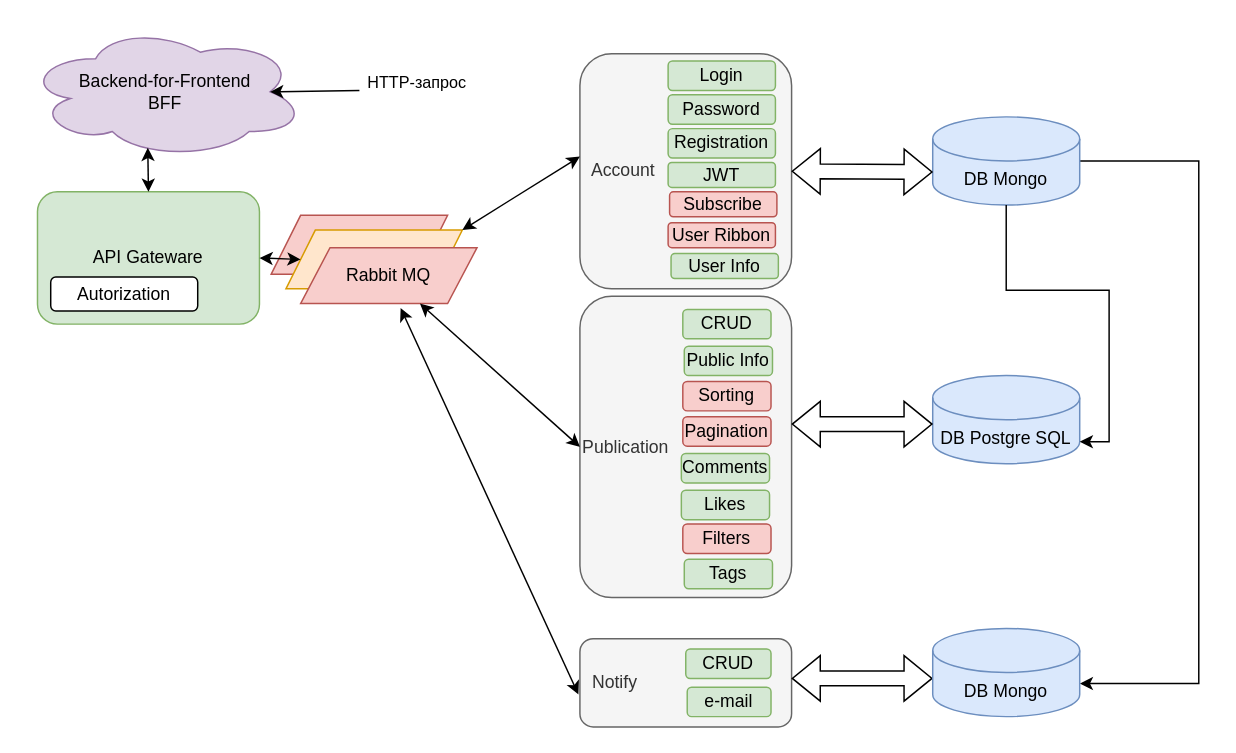
Above: specification.drawio in htmlacademy-nestjs/2270551-readme-5 (draw.io), before the change. Source tidied: cells renumbered, new cells numbered last; positions are measured from the earlier drawing's top-left corner, leaving out a move shared by most shapes. Both pictures are drawn from the tidied source at 147%, with x=0, y=0 at pixel (25, 25).
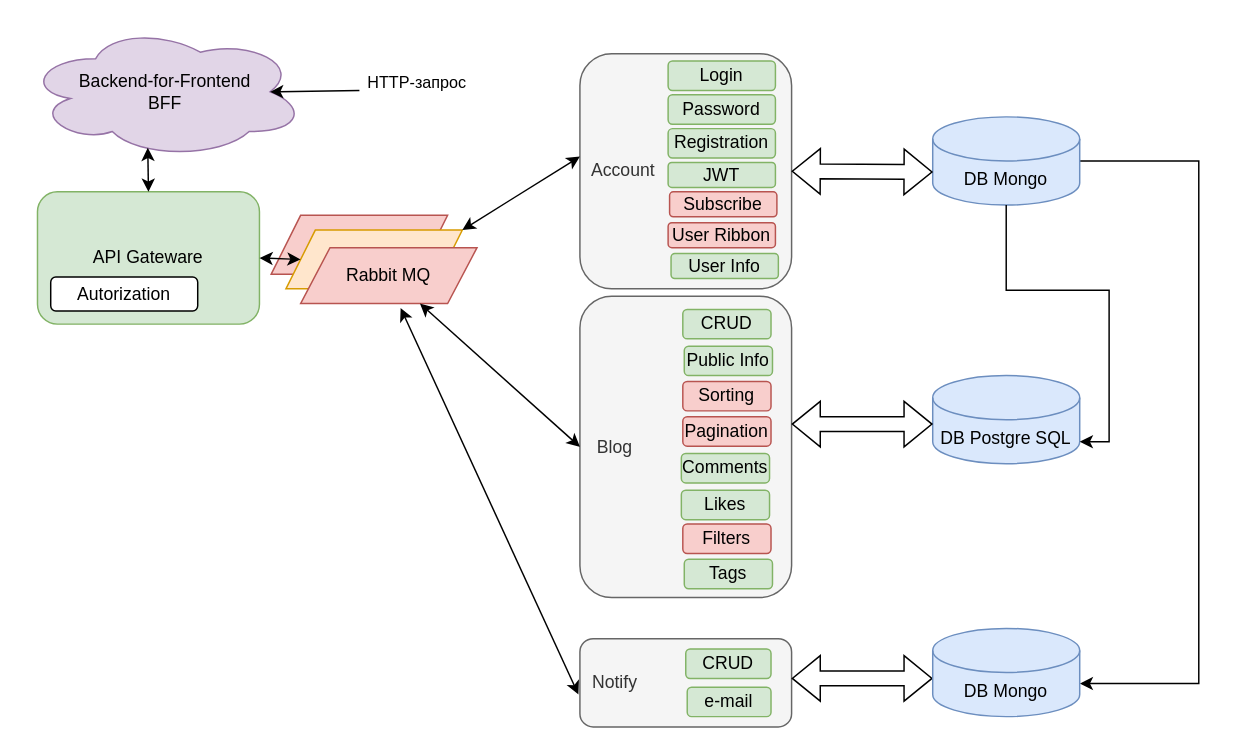
After the change.

What changed in the source:
```diff
@@
-    <mxCell id="5" value="Publication" style="rounded=1;whiteSpace=wrap;html=1;fillColor=#f5f5f5;fontColor=#333333;strokeColor=#666666;align=left;" parent="1" vertex="1">
+    <mxCell id="5" value="&amp;nbsp; &amp;nbsp;Blog" style="rounded=1;whiteSpace=wrap;html=1;fillColor=#f5f5f5;fontColor=#333333;strokeColor=#666666;align=left;" parent="1" vertex="1">
       <mxGeometry x="377" y="184" width="144" height="205" as="geometry" />
     </mxCell>
```
